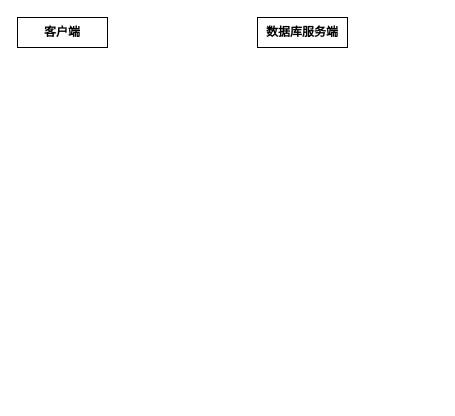
Above: 未命名绘图.drawio in Toknowledge/Database-System-Implementation (draw.io), before the change. Source tidied: cells renumbered, new cells numbered last; positions are measured from the earlier drawing's top-left corner, leaving out a move shared by most shapes. Both pictures are drawn from the tidied source at 100%, with x=0, y=0 at pixel (17, 17).
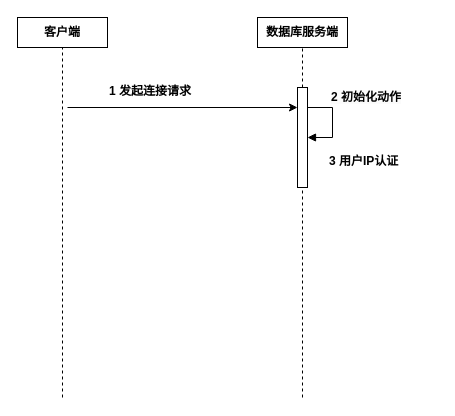
The same page after the edit.

Commit message:
更新未命名绘图.drawio

Diff of the diagram source:
```diff
@@
 <mxGraphModel>
   <root>
     <mxCell id="0" />
     <mxCell id="1" parent="0" />
     <mxCell id="2" value="&lt;b&gt;客户端&lt;/b&gt;" style="whiteSpace=wrap;html=1;" parent="1" vertex="1">
       <mxGeometry width="90" height="30" as="geometry" />
     </mxCell>
     <mxCell id="3" value="&lt;b&gt;数据库服务端&lt;/b&gt;" style="whiteSpace=wrap;html=1;" parent="1" vertex="1">
       <mxGeometry x="240" width="90" height="30" as="geometry" />
     </mxCell>
+    <mxCell id="4" style="endArrow=none;dashed=1;html=1;rounded=0;entryX=0.5;entryY=1;entryDx=0;entryDy=0;" parent="1" edge="1" target="2">
+      <mxGeometry relative="1" as="geometry">
+        <mxPoint x="45" y="380" as="sourcePoint" />
+      </mxGeometry>
+    </mxCell>
+    <mxCell id="5" style="endArrow=none;dashed=1;html=1;rounded=0;entryX=0.5;entryY=1;entryDx=0;entryDy=0;" parent="1" edge="1" source="11" target="3">
+      <mxGeometry relative="1" as="geometry" />
+    </mxCell>
+    <mxCell id="6" style="endArrow=classic;html=1;rounded=0;" parent="1" edge="1">
+      <mxGeometry relative="1" as="geometry">
+        <mxPoint x="50" y="90" as="sourcePoint" />
+        <mxPoint x="280" y="90" as="targetPoint" />
+      </mxGeometry>
+    </mxCell>
+    <mxCell id="7" value="&lt;b style=&quot;border-color: var(--border-color); text-align: center;&quot;&gt;1 发起连接请求&lt;/b&gt;" style="text;whiteSpace=wrap;html=1;" parent="1" vertex="1">
+      <mxGeometry x="90" y="60" width="110" height="40" as="geometry" />
+    </mxCell>
+    <mxCell id="8" value="&lt;b style=&quot;border-color: var(--border-color); font-size: 12px; text-align: center; background-color: rgb(251, 251, 251);&quot;&gt;2 初始化动作&lt;/b&gt;" style="html=1;align=left;spacingLeft=2;endArrow=block;rounded=0;edgeStyle=orthogonalEdgeStyle;curved=0;rounded=0;" parent="1" edge="1">
+      <mxGeometry x="-0.41" y="10" relative="1" as="geometry">
+        <mxPoint x="285" y="90" as="sourcePoint" />
+        <mxPoint x="290" y="120" as="targetPoint" />
+        <Array as="points">
+          <mxPoint x="315" y="120" />
+        </Array>
+      </mxGeometry>
+    </mxCell>
+    <mxCell id="9" value="&lt;b style=&quot;border-color: var(--border-color); text-align: center;&quot;&gt;3 用户IP认证&lt;/b&gt;" style="text;whiteSpace=wrap;html=1;" parent="1" vertex="1">
+      <mxGeometry x="310" y="130" width="110" height="40" as="geometry" />
+    </mxCell>
+    <mxCell id="10" style="endArrow=none;dashed=1;html=1;rounded=0;entryX=0.5;entryY=1;entryDx=0;entryDy=0;" parent="1" edge="1" target="11">
+      <mxGeometry relative="1" as="geometry">
+        <mxPoint x="285" y="380" as="sourcePoint" />
+      </mxGeometry>
+    </mxCell>
+    <mxCell id="11" style="html=1;points=[[0,0,0,0,5],[0,1,0,0,-5],[1,0,0,0,5],[1,1,0,0,-5]];perimeter=orthogonalPerimeter;outlineConnect=0;targetShapes=umlLifeline;portConstraint=eastwest;newEdgeStyle={&quot;curved&quot;:0,&quot;rounded&quot;:0};" parent="1" vertex="1">
+      <mxGeometry x="280" y="70" width="10" height="100" as="geometry" />
+    </mxCell>
   </root>
 </mxGraphModel>
```
